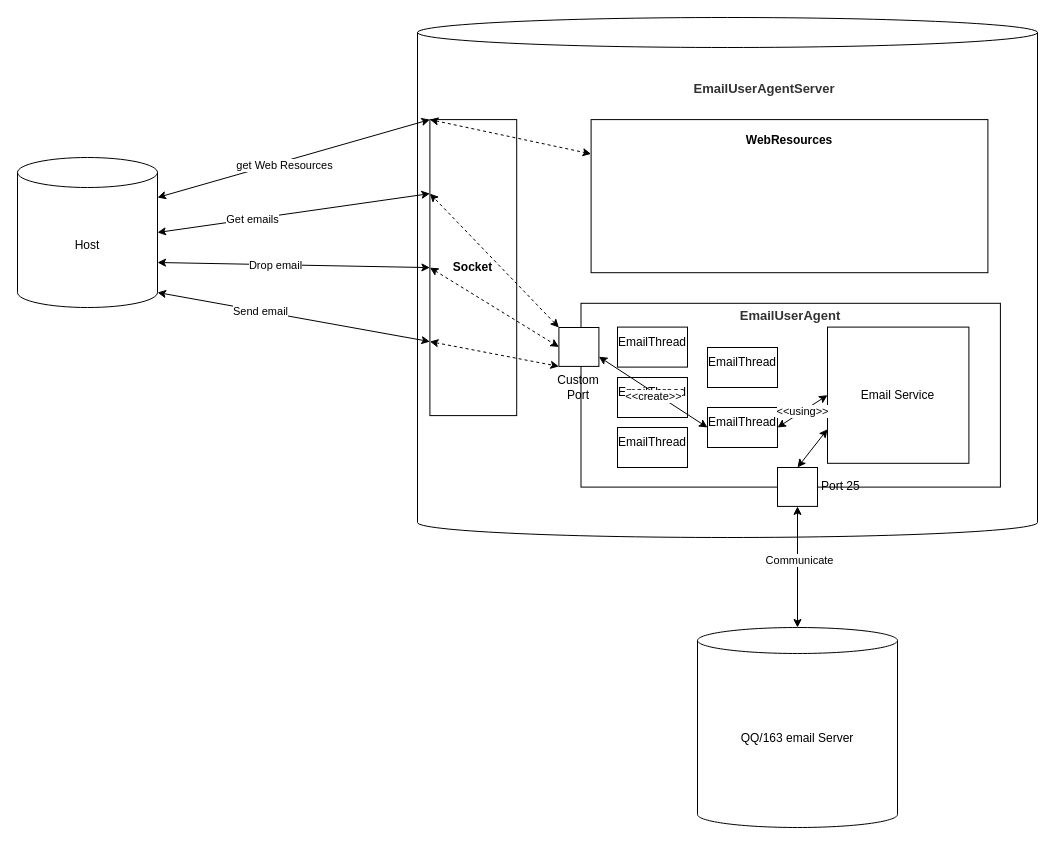
Earlier version of the draw.io diagram Untitled Diagram.drawio (MuZi-lh/EmailUserAgent). Source tidied: cells renumbered, new cells numbered last; positions are measured from the earlier drawing's top-left corner, leaving out a move shared by most shapes. Both pictures are drawn from the tidied source at 100%, with x=0, y=0 at pixel (17, 17).
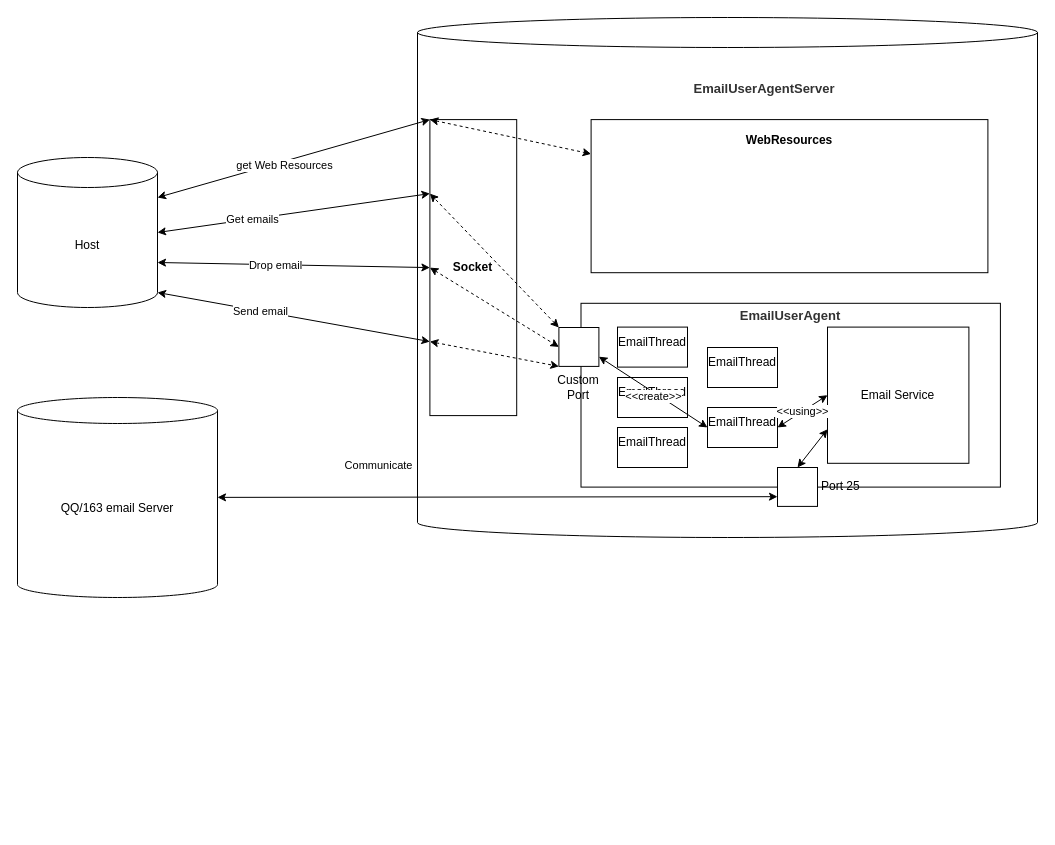
After the change.

Unchanged cells that the change refers to:
```xml
<mxCell id="9" value="Port 25" style="fontStyle=0;labelPosition=right;verticalLabelPosition=middle;align=left;verticalAlign=middle;spacingLeft=2;html=1;" parent="6" vertex="1">
  <mxGeometry x="218.6" y="164.2" width="40" height="38.9" as="geometry" />
</mxCell>
```

Change to the diagram source:
```diff
@@
     <mxCell id="36" value="QQ/163 email Server" style="shape=cylinder3;whiteSpace=wrap;html=1;boundedLbl=1;backgroundOutline=1;size=13;" parent="1" vertex="1">
-      <mxGeometry x="680" y="610" width="200" height="200" as="geometry" />
+      <mxGeometry y="380" width="200" height="200" as="geometry" />
     </mxCell>
-    <mxCell id="37" style="edgeStyle=none;rounded=0;jettySize=auto;html=1;exitX=0.5;exitY=1;exitDx=0;exitDy=0;startArrow=classic;startFill=1;" parent="1" edge="1" source="9" target="36">
+    <mxCell id="37" style="edgeStyle=none;rounded=0;jettySize=auto;html=1;exitX=0;exitY=0.75;exitDx=0;exitDy=0;startArrow=classic;startFill=1;" parent="1" edge="1" source="9" target="36">
       <mxGeometry relative="1" as="geometry" />
     </mxCell>
```
